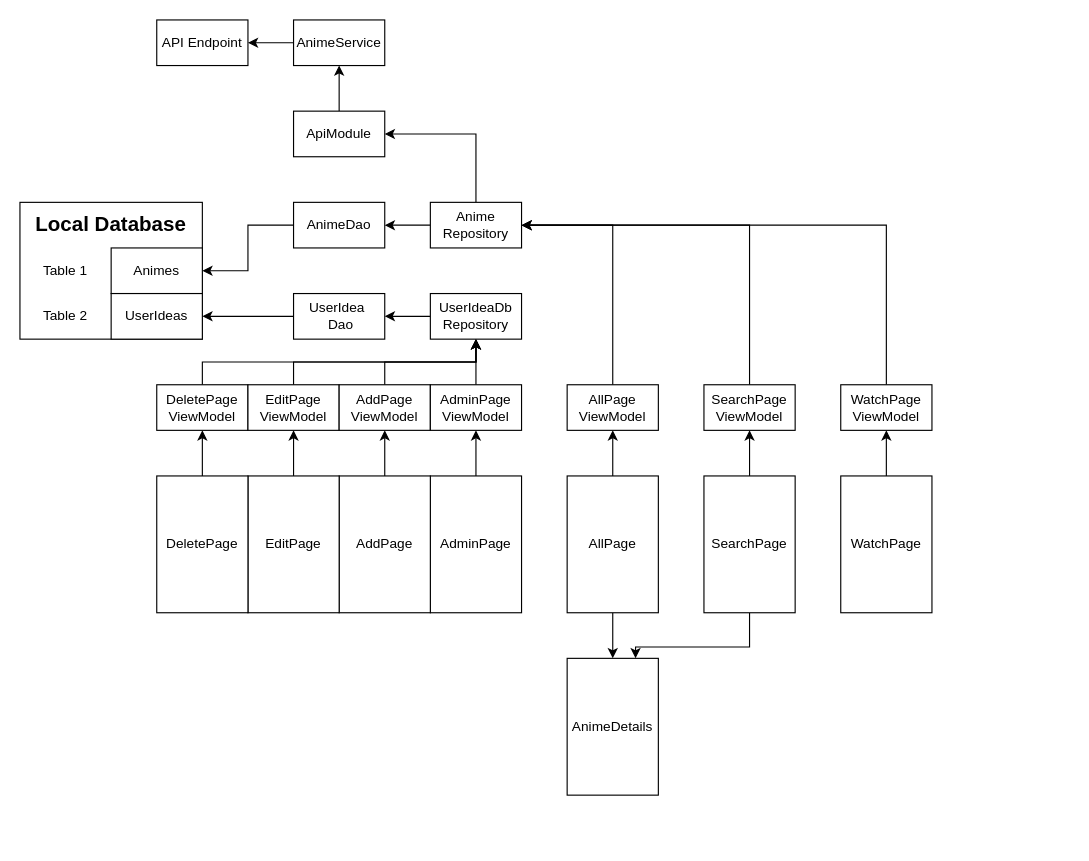
Before: Diagram.drawio in KremMannen/AnimeDatabase, a draw.io diagram. Source tidied: cells renumbered, new cells numbered last; positions are measured from the earlier drawing's top-left corner, leaving out a move shared by most shapes. Both pictures are drawn from the tidied source at 114%, with x=0, y=0 at pixel (19, 19).
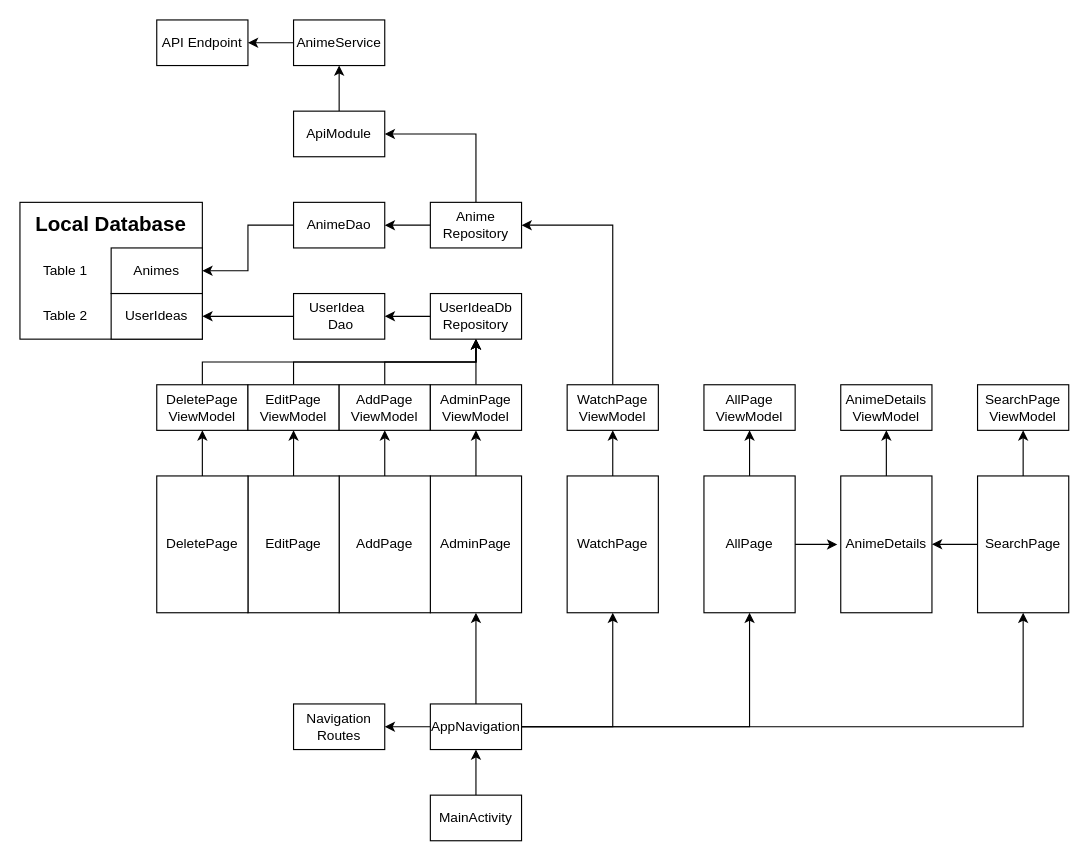
After the change.

Commit message (it also covers changes not shown here):
diagram expanded

The change refers to these unchanged cells:
```xml
<mxCell id="9" value="Anime Repository" style="rounded=0;whiteSpace=wrap;html=1;" parent="1" vertex="1">
  <mxGeometry x="360" y="160" width="80" height="40" as="geometry" />
</mxCell>
<mxCell id="28" value="AdminPage" style="rounded=0;whiteSpace=wrap;html=1;" parent="1" vertex="1">
  <mxGeometry x="360" y="400" width="80" height="120" as="geometry" />
</mxCell>
```

Diff of the diagram source:
```diff
@@
-    <mxCell id="23" style="edgeStyle=orthogonalEdgeStyle;rounded=0;jettySize=auto;html=1;entryX=0.5;entryY=0;entryDx=0;entryDy=0;" parent="1" edge="1" source="24" target="48">
-      <mxGeometry relative="1" as="geometry" />
-    </mxCell>
     <mxCell id="24" value="AllPage" style="rounded=0;whiteSpace=wrap;html=1;" parent="1" vertex="1">
-      <mxGeometry x="480" y="400" width="80" height="120" as="geometry" />
+      <mxGeometry x="600" y="400" width="80" height="120" as="geometry" />
     </mxCell>
-    <mxCell id="25" style="edgeStyle=orthogonalEdgeStyle;rounded=0;jettySize=auto;html=1;entryX=1;entryY=0.5;entryDx=0;entryDy=0;" parent="1" edge="1" source="26" target="9">
-      <mxGeometry relative="1" as="geometry">
-        <Array as="points">
-          <mxPoint x="520" y="180" />
-        </Array>
-      </mxGeometry>
-    </mxCell>
     <mxCell id="26" value="AllPage&lt;div&gt;ViewModel&lt;/div&gt;" style="rounded=0;whiteSpace=wrap;html=1;" parent="1" vertex="1">
-      <mxGeometry x="480" y="320" width="80" height="40" as="geometry" />
+      <mxGeometry x="600" y="320" width="80" height="40" as="geometry" />
     </mxCell>
@@
-    <mxCell id="44" style="edgeStyle=orthogonalEdgeStyle;rounded=0;jettySize=auto;html=1;entryX=0.75;entryY=0;entryDx=0;entryDy=0;" parent="1" edge="1" source="45" target="48">
-      <mxGeometry relative="1" as="geometry">
-        <Array as="points">
-          <mxPoint x="640" y="550" />
-          <mxPoint x="540" y="550" />
-        </Array>
-      </mxGeometry>
+    <mxCell id="44" style="edgeStyle=orthogonalEdgeStyle;rounded=0;jettySize=auto;html=1;entryX=1;entryY=0.5;entryDx=0;entryDy=0;" parent="1" edge="1" source="45" target="48">
+      <mxGeometry relative="1" as="geometry" />
     </mxCell>
     <mxCell id="45" value="SearchPage" style="rounded=0;whiteSpace=wrap;html=1;" parent="1" vertex="1">
-      <mxGeometry x="600" y="400" width="80" height="120" as="geometry" />
+      <mxGeometry x="840" y="400" width="80" height="120" as="geometry" />
     </mxCell>
-    <mxCell id="46" style="edgeStyle=orthogonalEdgeStyle;rounded=0;jettySize=auto;html=1;entryX=1;entryY=0.5;entryDx=0;entryDy=0;" parent="1" edge="1" source="47" target="9">
-      <mxGeometry relative="1" as="geometry">
-        <Array as="points">
-          <mxPoint x="640" y="180" />
-        </Array>
-      </mxGeometry>
-    </mxCell>
     <mxCell id="47" value="SearchPage&lt;div&gt;ViewModel&lt;/div&gt;" style="rounded=0;whiteSpace=wrap;html=1;" parent="1" vertex="1">
-      <mxGeometry x="600" y="320" width="80" height="40" as="geometry" />
+      <mxGeometry x="840" y="320" width="80" height="40" as="geometry" />
     </mxCell>
+    <mxCell id="53" style="edgeStyle=orthogonalEdgeStyle;rounded=0;jettySize=auto;html=1;entryX=0.5;entryY=1;entryDx=0;entryDy=0;" parent="1" edge="1" source="48" target="63">
+      <mxGeometry relative="1" as="geometry" />
+    </mxCell>
     <mxCell id="48" value="AnimeDetails" style="rounded=0;whiteSpace=wrap;html=1;" parent="1" vertex="1">
-      <mxGeometry x="480" y="560" width="80" height="120" as="geometry" />
+      <mxGeometry x="720" y="400" width="80" height="120" as="geometry" />
     </mxCell>
@@
     <mxCell id="50" value="WatchPage" style="rounded=0;whiteSpace=wrap;html=1;" parent="1" vertex="1">
-      <mxGeometry x="720" y="400" width="80" height="120" as="geometry" />
+      <mxGeometry x="480" y="400" width="80" height="120" as="geometry" />
     </mxCell>
     <mxCell id="51" style="edgeStyle=orthogonalEdgeStyle;rounded=0;jettySize=auto;html=1;entryX=1;entryY=0.5;entryDx=0;entryDy=0;" parent="1" edge="1" source="52" target="9">
       <mxGeometry relative="1" as="geometry">
         <Array as="points">
-          <mxPoint x="760" y="180" />
+          <mxPoint x="520" y="180" />
         </Array>
       </mxGeometry>
     </mxCell>
     <mxCell id="52" value="WatchPage&lt;div&gt;ViewModel&lt;/div&gt;" style="rounded=0;whiteSpace=wrap;html=1;" parent="1" vertex="1">
-      <mxGeometry x="720" y="320" width="80" height="40" as="geometry" />
+      <mxGeometry x="480" y="320" width="80" height="40" as="geometry" />
     </mxCell>
+    <mxCell id="54" style="edgeStyle=orthogonalEdgeStyle;rounded=0;jettySize=auto;html=1;entryX=0.5;entryY=1;entryDx=0;entryDy=0;" parent="1" edge="1" source="55" target="61">
+      <mxGeometry relative="1" as="geometry" />
+    </mxCell>
+    <mxCell id="55" value="MainActivity" style="rounded=0;whiteSpace=wrap;html=1;" parent="1" vertex="1">
+      <mxGeometry x="360" y="680" width="80" height="40" as="geometry" />
+    </mxCell>
+    <mxCell id="56" style="edgeStyle=orthogonalEdgeStyle;rounded=0;jettySize=auto;html=1;entryX=1;entryY=0.5;entryDx=0;entryDy=0;" parent="1" edge="1" source="61" target="62">
+      <mxGeometry relative="1" as="geometry" />
+    </mxCell>
+    <mxCell id="57" style="edgeStyle=orthogonalEdgeStyle;rounded=0;jettySize=auto;html=1;entryX=0.5;entryY=1;entryDx=0;entryDy=0;" parent="1" edge="1" source="61" target="28">
+      <mxGeometry relative="1" as="geometry" />
+    </mxCell>
+    <mxCell id="58" style="edgeStyle=orthogonalEdgeStyle;rounded=0;jettySize=auto;html=1;" parent="1" edge="1" source="61" target="50">
+      <mxGeometry relative="1" as="geometry" />
+    </mxCell>
+    <mxCell id="59" style="edgeStyle=orthogonalEdgeStyle;rounded=0;jettySize=auto;html=1;" parent="1" edge="1" source="61" target="24">
+      <mxGeometry relative="1" as="geometry" />
+    </mxCell>
+    <mxCell id="60" style="edgeStyle=orthogonalEdgeStyle;rounded=0;jettySize=auto;html=1;" parent="1" edge="1" source="61" target="45">
+      <mxGeometry relative="1" as="geometry" />
+    </mxCell>
+    <mxCell id="61" value="AppNavigation" style="rounded=0;whiteSpace=wrap;html=1;" parent="1" vertex="1">
+      <mxGeometry x="360" y="600" width="80" height="40" as="geometry" />
+    </mxCell>
+    <mxCell id="62" value="Navigation Routes" style="rounded=0;whiteSpace=wrap;html=1;" parent="1" vertex="1">
+      <mxGeometry x="240" y="600" width="80" height="40" as="geometry" />
+    </mxCell>
+    <mxCell id="23" style="edgeStyle=orthogonalEdgeStyle;rounded=0;jettySize=auto;html=1;entryX=-0.038;entryY=0.501;entryDx=0;entryDy=0;entryPerimeter=0;" parent="1" edge="1" source="24" target="48">
+      <mxGeometry relative="1" as="geometry" />
+    </mxCell>
+    <mxCell id="63" value="AnimeDetails&lt;div&gt;ViewModel&lt;/div&gt;" style="rounded=0;whiteSpace=wrap;html=1;" parent="1" vertex="1">
+      <mxGeometry x="720" y="320" width="80" height="40" as="geometry" />
+    </mxCell>
```
